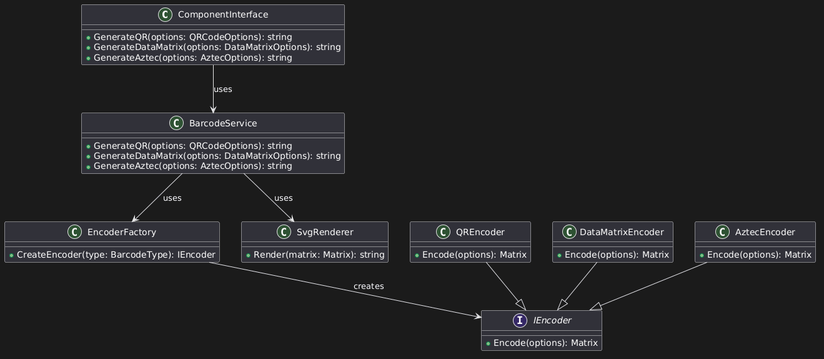
Before: docs/uml-class-diagram.png, a diagram exported from PlantUML (Triler1/1c-barcode-generator).
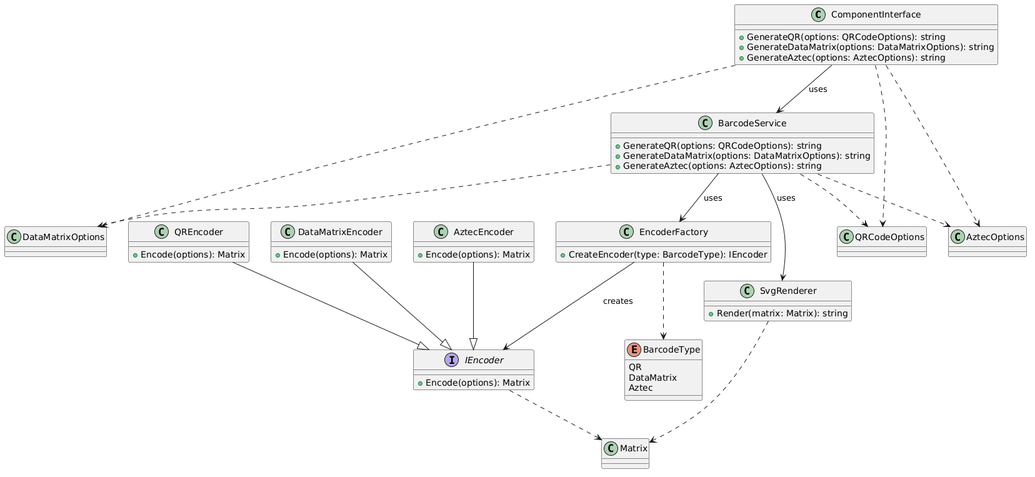
The same diagram one commit later.

What changed in the source:
```diff
@@ -35,6 +35,17 @@
   +Render(matrix: Matrix): string
 }
 
+class QRCodeOptions
+class DataMatrixOptions
+class AztecOptions
+class Matrix
+
+enum BarcodeType {
+  QR
+  DataMatrix
+  Aztec
+}
+
 ComponentInterface --> BarcodeService : uses
 BarcodeService --> EncoderFactory : uses
 BarcodeService --> SvgRenderer : uses
@@ -43,4 +54,16 @@
 QREncoder --|> IEncoder
 DataMatrixEncoder --|> IEncoder
 AztecEncoder --|> IEncoder
+
+ComponentInterface ..> QRCodeOptions
+ComponentInterface ..> DataMatrixOptions
+ComponentInterface ..> AztecOptions
+
+BarcodeService ..> QRCodeOptions
+BarcodeService ..> DataMatrixOptions
+BarcodeService ..> AztecOptions
+
+SvgRenderer ..> Matrix
+IEncoder ..> Matrix
+EncoderFactory ..> BarcodeType
 @enduml
```
